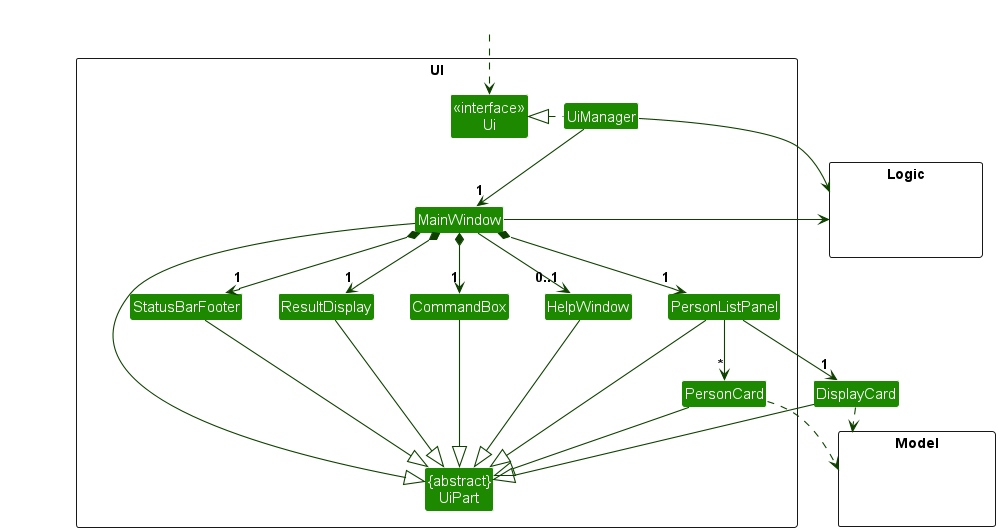
Earlier version of the PlantUML export docs/images/UiClassDiagram.png (NewtonKoh/tp). Source of this version:
```plantuml
@startuml
!include style.puml
skinparam arrowThickness 1.1
skinparam arrowColor UI_COLOR_T4
skinparam classBackgroundColor UI_COLOR

package UI <<Rectangle>>{
Class "<<interface>>\nUi" as Ui
Class "{abstract}\nUiPart" as UiPart
Class UiManager
Class MainWindow
Class HelpWindow
Class ResultDisplay
Class PersonListPanel
Class PersonCard
Class StatusBarFooter
Class CommandBox
}

package Model <<Rectangle>> {
Class HiddenModel #FFFFFF
}

package Logic <<Rectangle>> {
Class HiddenLogic #FFFFFF
}

Class HiddenOutside #FFFFFF
HiddenOutside ..> Ui

UiManager .left.|> Ui
UiManager -down-> "1" MainWindow
MainWindow *-down->  "1" CommandBox
MainWindow *-down-> "1" ResultDisplay
MainWindow *-down-> "1" PersonListPanel
MainWindow *-down-> "1" StatusBarFooter
MainWindow --> "0..1" HelpWindow

PersonListPanel -down-> "*" PersonCard
PersonListPanel -down-> "1" DisplayCard

MainWindow -left-|> UiPart

ResultDisplay --|> UiPart
CommandBox --|> UiPart
PersonListPanel --|> UiPart
PersonCard --|> UiPart
StatusBarFooter --|> UiPart
HelpWindow --|> UiPart
DisplayCard --|> UiPart

PersonCard ..> Model
DisplayCard ..> Model
UiManager -right-> Logic
MainWindow -left-> Logic

PersonListPanel -[hidden]left- HelpWindow
HelpWindow -[hidden]left- CommandBox
CommandBox -[hidden]left- ResultDisplay
ResultDisplay -[hidden]left- StatusBarFooter

MainWindow -[hidden]-|> UiPart
@enduml
```
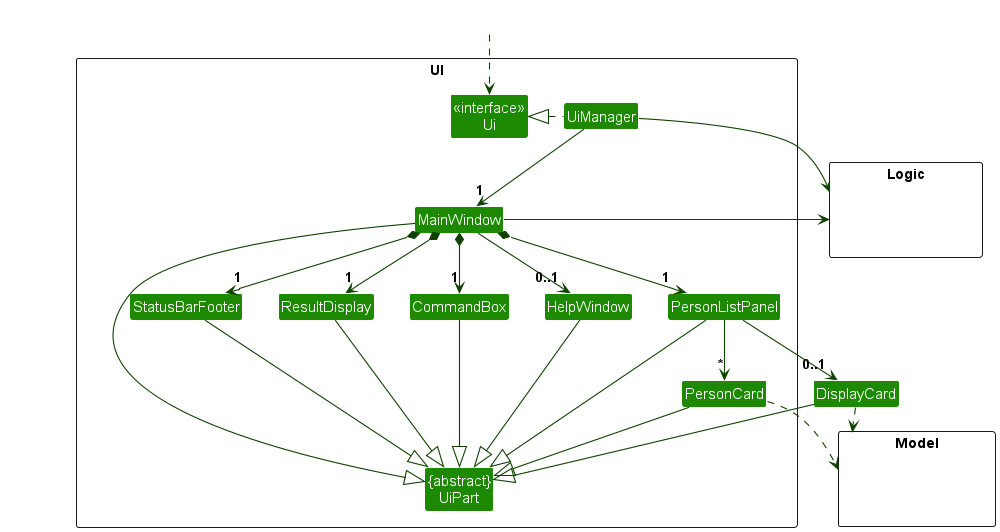
After the change.

The edit, as a diff of the source:
```diff
@@ -37,7 +37,7 @@
 MainWindow --> "0..1" HelpWindow
 
 PersonListPanel -down-> "*" PersonCard
-PersonListPanel -down-> "1" DisplayCard
+PersonListPanel -down-> "0..1" DisplayCard
 
 MainWindow -left-|> UiPart
 
```
